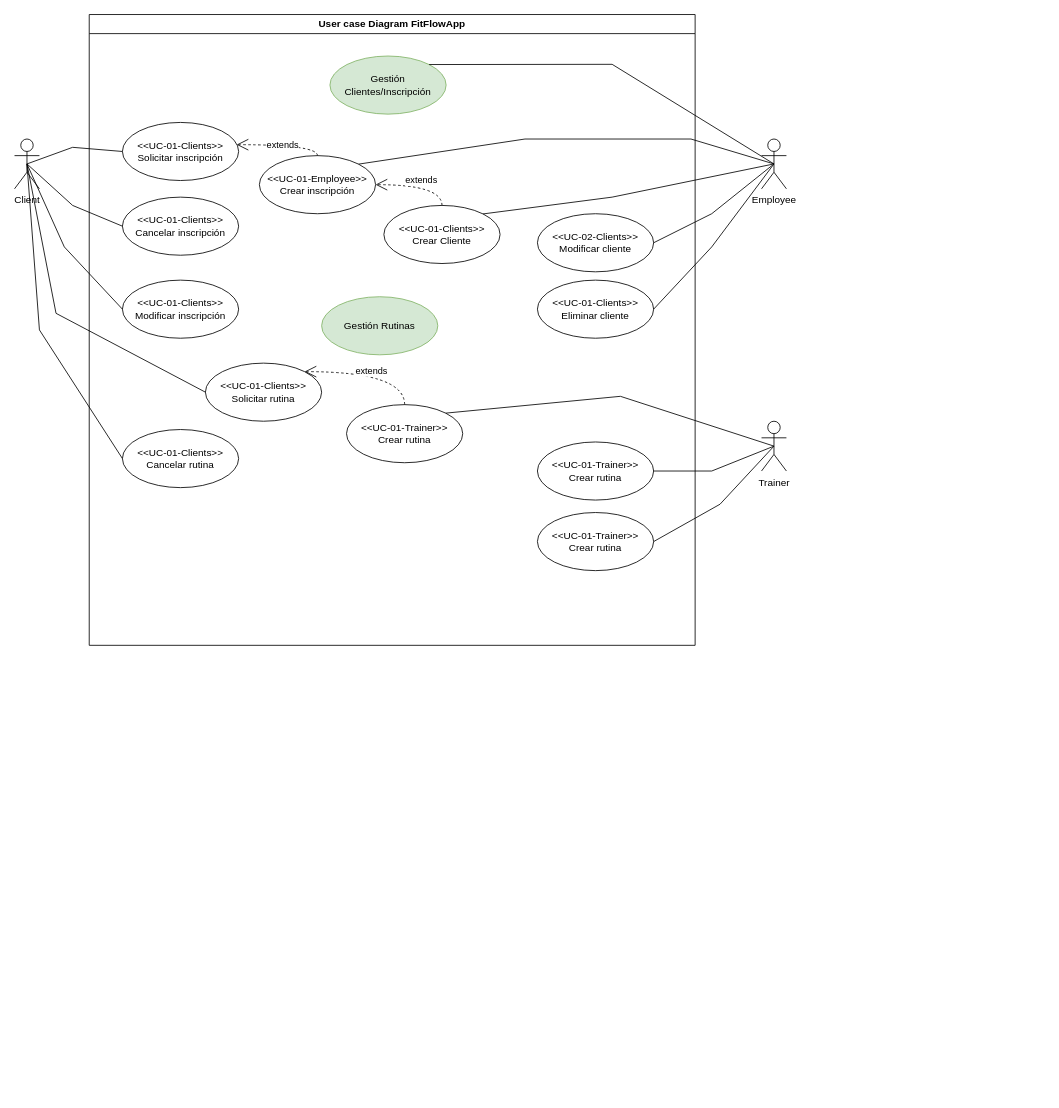
PaniaguaSanty/FitTest keeps this draw.io diagram as docs/diagrams/UserCaseDiagram.drawio. Above is the earlier version. Source tidied: cells renumbered, new cells numbered last; positions are measured from the earlier drawing's top-left corner, leaving out a move shared by most shapes. Both pictures are drawn from the tidied source at 83%, with x=0, y=0 at pixel (14, 14).
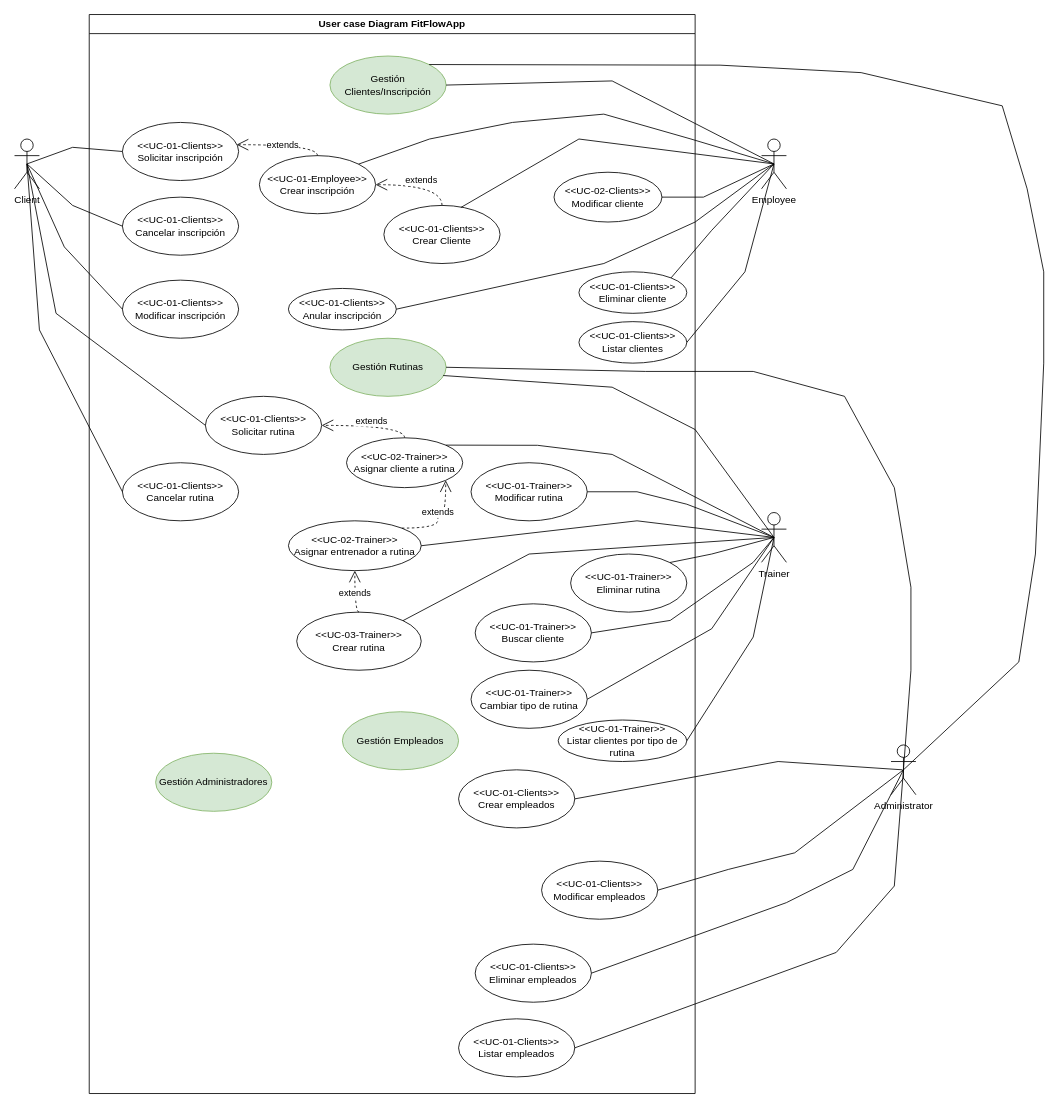
The same diagram, later.

Unchanged cells that the change refers to:
```xml
<mxCell id="4" value="&lt;div&gt;Gestión Clientes/Inscripción&lt;/div&gt;" style="ellipse;whiteSpace=wrap;html=1;fillColor=#d5e8d4;strokeColor=#82b366;" parent="2" vertex="1">
  <mxGeometry x="290" y="50" width="140" height="70" as="geometry" />
</mxCell>
<mxCell id="10" value="&amp;lt;&amp;lt;UC-01-Clients&amp;gt;&amp;gt;&lt;div&gt;Crear Cliente&lt;/div&gt;" style="ellipse;whiteSpace=wrap;html=1;" parent="2" vertex="1">
  <mxGeometry x="355" y="230" width="140" height="70" as="geometry" />
</mxCell>
<mxCell id="11" value="&amp;lt;&amp;lt;UC-01-Employee&amp;gt;&amp;gt;&lt;div&gt;Crear inscripción&lt;/div&gt;" style="ellipse;whiteSpace=wrap;html=1;" parent="2" vertex="1">
  <mxGeometry x="205" y="170" width="140" height="70" as="geometry" />
</mxCell>
<mxCell id="21" value="Employee" style="shape=umlActor;verticalLabelPosition=bottom;verticalAlign=top;html=1;outlineConnect=0;" parent="1" vertex="1">
  <mxGeometry x="900" y="150" width="30" height="60" as="geometry" />
</mxCell>
```

The edit, as a diff of the source:
```diff
@@
     <mxCell id="2" value="User case Diagram FitFlowApp" style="swimlane;whiteSpace=wrap;html=1;" parent="1" vertex="1">
-      <mxGeometry x="90" width="730" height="760" as="geometry" />
+      <mxGeometry x="90" width="730" height="1300" as="geometry" />
     </mxCell>
@@
     <mxCell id="5" value="&amp;lt;&amp;lt;UC-02-Clients&amp;gt;&amp;gt;&lt;div&gt;Modificar cliente&lt;/div&gt;" style="ellipse;whiteSpace=wrap;html=1;" parent="2" vertex="1">
-      <mxGeometry x="540" y="240" width="140" height="70" as="geometry" />
+      <mxGeometry x="560" y="190" width="130" height="60" as="geometry" />
     </mxCell>
     <mxCell id="6" value="&amp;lt;&amp;lt;UC-01-Clients&amp;gt;&amp;gt;&lt;div&gt;Eliminar cliente&lt;/div&gt;" style="ellipse;whiteSpace=wrap;html=1;" parent="2" vertex="1">
-      <mxGeometry x="540" y="320" width="140" height="70" as="geometry" />
+      <mxGeometry x="590" y="310" width="130" height="50" as="geometry" />
     </mxCell>
@@
     <mxCell id="13" value="&amp;lt;&amp;lt;UC-01-Clients&amp;gt;&amp;gt;&lt;div&gt;Solicitar rutina&lt;/div&gt;" style="ellipse;whiteSpace=wrap;html=1;" parent="2" vertex="1">
-      <mxGeometry x="140" y="420" width="140" height="70" as="geometry" />
+      <mxGeometry x="140" y="460" width="140" height="70" as="geometry" />
     </mxCell>
-    <mxCell id="14" value="&amp;lt;&amp;lt;UC-01-Trainer&amp;gt;&amp;gt;&lt;div&gt;Crear rutina&lt;/div&gt;" style="ellipse;whiteSpace=wrap;html=1;" parent="2" vertex="1">
-      <mxGeometry x="310" y="470" width="140" height="70" as="geometry" />
-    </mxCell>
-    <mxCell id="15" value="extends" style="endArrow=open;endSize=12;dashed=1;html=1;rounded=0;entryX=1;entryY=0;entryDx=0;entryDy=0;exitX=0.5;exitY=0;exitDx=0;exitDy=0;edgeStyle=orthogonalEdgeStyle;curved=1;" parent="2" edge="1" source="14" target="13">
-      <mxGeometry relative="1" as="geometry" />
+    <mxCell id="15" value="extends" style="endArrow=open;endSize=12;dashed=1;html=1;rounded=0;entryX=1;entryY=0.5;entryDx=0;entryDy=0;exitX=0.5;exitY=0;exitDx=0;exitDy=0;edgeStyle=orthogonalEdgeStyle;curved=1;" parent="2" edge="1" target="13">
+      <mxGeometry x="-0.04" y="-5" relative="1" as="geometry">
+        <mxPoint x="380" y="510" as="sourcePoint" />
+        <Array as="points">
+          <mxPoint x="380" y="495" />
+        </Array>
+      </mxGeometry>
     </mxCell>
     <mxCell id="16" value="&lt;div&gt;Gestión Rutinas&lt;/div&gt;" style="ellipse;whiteSpace=wrap;html=1;fillColor=#d5e8d4;strokeColor=#82b366;" parent="2" vertex="1">
-      <mxGeometry x="280" y="340" width="140" height="70" as="geometry" />
+      <mxGeometry x="290" y="390" width="140" height="70" as="geometry" />
     </mxCell>
-    <mxCell id="17" value="&amp;lt;&amp;lt;UC-01-Trainer&amp;gt;&amp;gt;&lt;div&gt;Crear rutina&lt;/div&gt;" style="ellipse;whiteSpace=wrap;html=1;" parent="2" vertex="1">
-      <mxGeometry x="540" y="600" width="140" height="70" as="geometry" />
+    <mxCell id="17" value="&amp;lt;&amp;lt;UC-01-Trainer&amp;gt;&amp;gt;&lt;div&gt;Eliminar rutina&lt;/div&gt;" style="ellipse;whiteSpace=wrap;html=1;" parent="2" vertex="1">
+      <mxGeometry x="580" y="650" width="140" height="70" as="geometry" />
     </mxCell>
-    <mxCell id="18" value="&amp;lt;&amp;lt;UC-01-Trainer&amp;gt;&amp;gt;&lt;div&gt;Crear rutina&lt;/div&gt;" style="ellipse;whiteSpace=wrap;html=1;" parent="2" vertex="1">
-      <mxGeometry x="540" y="515" width="140" height="70" as="geometry" />
+    <mxCell id="18" value="&amp;lt;&amp;lt;UC-01-Trainer&amp;gt;&amp;gt;&lt;div&gt;Modificar rutina&lt;/div&gt;" style="ellipse;whiteSpace=wrap;html=1;" parent="2" vertex="1">
+      <mxGeometry x="460" y="540" width="140" height="70" as="geometry" />
     </mxCell>
     <mxCell id="19" value="&amp;lt;&amp;lt;UC-01-Clients&amp;gt;&amp;gt;&lt;div&gt;Cancelar rutina&lt;/div&gt;" style="ellipse;whiteSpace=wrap;html=1;" parent="2" vertex="1">
-      <mxGeometry x="40" y="500" width="140" height="70" as="geometry" />
+      <mxGeometry x="40" y="540" width="140" height="70" as="geometry" />
     </mxCell>
+    <mxCell id="36" value="&amp;lt;&amp;lt;UC-01-Clients&amp;gt;&amp;gt;&lt;div&gt;Listar clientes&lt;/div&gt;" style="ellipse;whiteSpace=wrap;html=1;" parent="2" vertex="1">
+      <mxGeometry x="590" y="370" width="130" height="50" as="geometry" />
+    </mxCell>
+    <mxCell id="37" value="&amp;lt;&amp;lt;UC-01-Trainer&amp;gt;&amp;gt;&lt;div&gt;Buscar cliente&lt;/div&gt;" style="ellipse;whiteSpace=wrap;html=1;" parent="2" vertex="1">
+      <mxGeometry x="465" y="710" width="140" height="70" as="geometry" />
+    </mxCell>
+    <mxCell id="38" value="&amp;lt;&amp;lt;UC-02-Trainer&amp;gt;&amp;gt;&lt;div&gt;Asignar cliente a rutina&lt;/div&gt;" style="ellipse;whiteSpace=wrap;html=1;" parent="2" vertex="1">
+      <mxGeometry x="310" y="510" width="140" height="60" as="geometry" />
+    </mxCell>
+    <mxCell id="39" value="&amp;lt;&amp;lt;UC-01-Clients&amp;gt;&amp;gt;&lt;div&gt;Anular inscripción&lt;/div&gt;" style="ellipse;whiteSpace=wrap;html=1;" parent="2" vertex="1">
+      <mxGeometry x="240" y="330" width="130" height="50" as="geometry" />
+    </mxCell>
+    <mxCell id="40" value="&amp;lt;&amp;lt;UC-02-Trainer&amp;gt;&amp;gt;&lt;div&gt;Asignar entrenador a rutina&lt;/div&gt;" style="ellipse;whiteSpace=wrap;html=1;" parent="2" vertex="1">
+      <mxGeometry x="240" y="610" width="160" height="60" as="geometry" />
+    </mxCell>
+    <mxCell id="41" value="extends" style="endArrow=open;endSize=12;dashed=1;html=1;rounded=0;entryX=1;entryY=1;entryDx=0;entryDy=0;exitX=1;exitY=0;exitDx=0;exitDy=0;edgeStyle=orthogonalEdgeStyle;curved=1;" parent="2" edge="1" source="40" target="38">
+      <mxGeometry x="0.12" relative="1" as="geometry">
+        <Array as="points">
+          <mxPoint x="420" y="619" />
+          <mxPoint x="420" y="600" />
+          <mxPoint x="430" y="600" />
+        </Array>
+      </mxGeometry>
+    </mxCell>
+    <mxCell id="42" value="&lt;div&gt;&amp;lt;&amp;lt;UC-03-Trainer&amp;gt;&amp;gt;&lt;/div&gt;Crear rutina" style="ellipse;whiteSpace=wrap;html=1;" parent="2" vertex="1">
+      <mxGeometry x="250" y="720" width="150" height="70" as="geometry" />
+    </mxCell>
+    <mxCell id="43" value="&amp;lt;&amp;lt;UC-01-Trainer&amp;gt;&amp;gt;&lt;div&gt;Cambiar tipo de rutina&lt;/div&gt;" style="ellipse;whiteSpace=wrap;html=1;" parent="2" vertex="1">
+      <mxGeometry x="460" y="790" width="140" height="70" as="geometry" />
+    </mxCell>
+    <mxCell id="44" value="&lt;div&gt;Gestión Empleados&lt;/div&gt;" style="ellipse;whiteSpace=wrap;html=1;fillColor=#d5e8d4;strokeColor=#82b366;" parent="2" vertex="1">
+      <mxGeometry x="305" y="840" width="140" height="70" as="geometry" />
+    </mxCell>
+    <mxCell id="45" value="&lt;div&gt;Gestión Administradores&lt;/div&gt;" style="ellipse;whiteSpace=wrap;html=1;fillColor=#d5e8d4;strokeColor=#82b366;" parent="2" vertex="1">
+      <mxGeometry x="80" y="890" width="140" height="70" as="geometry" />
+    </mxCell>
+    <mxCell id="46" value="&amp;lt;&amp;lt;UC-01-Clients&amp;gt;&amp;gt;&lt;div&gt;Crear empleados&lt;/div&gt;" style="ellipse;whiteSpace=wrap;html=1;" parent="2" vertex="1">
+      <mxGeometry x="445" y="910" width="140" height="70" as="geometry" />
+    </mxCell>
+    <mxCell id="47" style="endArrow=none;html=1;rounded=0;exitX=1;exitY=0.5;exitDx=0;exitDy=0;" parent="2" edge="1" source="46">
+      <mxGeometry relative="1" as="geometry">
+        <mxPoint x="980" y="910" as="targetPoint" />
+        <Array as="points">
+          <mxPoint x="830" y="900" />
+        </Array>
+      </mxGeometry>
+    </mxCell>
+    <mxCell id="48" value="&amp;lt;&amp;lt;UC-01-Clients&amp;gt;&amp;gt;&lt;div&gt;Modificar empleados&lt;/div&gt;" style="ellipse;whiteSpace=wrap;html=1;" parent="2" vertex="1">
+      <mxGeometry x="545" y="1020" width="140" height="70" as="geometry" />
+    </mxCell>
+    <mxCell id="49" style="endArrow=none;html=1;rounded=0;exitX=1;exitY=0.5;exitDx=0;exitDy=0;" parent="2" edge="1" source="48">
+      <mxGeometry relative="1" as="geometry">
+        <mxPoint x="981" y="910" as="targetPoint" />
+        <Array as="points">
+          <mxPoint x="770" y="1030" />
+          <mxPoint x="850" y="1010" />
+        </Array>
+      </mxGeometry>
+    </mxCell>
+    <mxCell id="50" value="&amp;lt;&amp;lt;UC-01-Clients&amp;gt;&amp;gt;&lt;div&gt;Eliminar empleados&lt;/div&gt;" style="ellipse;whiteSpace=wrap;html=1;" parent="2" vertex="1">
+      <mxGeometry x="465" y="1120" width="140" height="70" as="geometry" />
+    </mxCell>
+    <mxCell id="51" style="endArrow=none;html=1;rounded=0;exitX=1;exitY=0.5;exitDx=0;exitDy=0;" parent="2" edge="1" source="50">
+      <mxGeometry relative="1" as="geometry">
+        <mxPoint x="981" y="910" as="targetPoint" />
+        <Array as="points">
+          <mxPoint x="840" y="1070" />
+          <mxPoint x="920" y="1030" />
+        </Array>
+      </mxGeometry>
+    </mxCell>
+    <mxCell id="52" value="&amp;lt;&amp;lt;UC-01-Clients&amp;gt;&amp;gt;&lt;div&gt;Listar empleados&lt;/div&gt;" style="ellipse;whiteSpace=wrap;html=1;" parent="2" vertex="1">
+      <mxGeometry x="445" y="1210" width="140" height="70" as="geometry" />
+    </mxCell>
+    <mxCell id="53" value="extends" style="endArrow=open;endSize=12;dashed=1;html=1;rounded=0;entryX=0.5;entryY=1;entryDx=0;entryDy=0;exitX=0.5;exitY=0;exitDx=0;exitDy=0;edgeStyle=orthogonalEdgeStyle;curved=1;" parent="2" edge="1" source="42" target="40">
+      <mxGeometry relative="1" as="geometry">
+        <Array as="points">
+          <mxPoint x="320" y="720" />
+        </Array>
+      </mxGeometry>
+    </mxCell>
+    <mxCell id="54" value="&amp;lt;&amp;lt;UC-01-Trainer&amp;gt;&amp;gt;&lt;div&gt;Listar clientes por tipo de rutina&lt;/div&gt;" style="ellipse;whiteSpace=wrap;html=1;" parent="2" vertex="1">
+      <mxGeometry x="565" y="850" width="155" height="50" as="geometry" />
+    </mxCell>
@@
-    <mxCell id="22" style="endArrow=none;html=1;rounded=0;entryX=0.5;entryY=0.5;entryDx=0;entryDy=0;entryPerimeter=0;exitX=1;exitY=0;exitDx=0;exitDy=0;" parent="1" edge="1" source="4" target="21">
+    <mxCell id="22" style="endArrow=none;html=1;rounded=0;entryX=0.5;entryY=0.5;entryDx=0;entryDy=0;entryPerimeter=0;exitX=1;exitY=0.5;exitDx=0;exitDy=0;" parent="1" edge="1" source="4" target="21">
       <mxGeometry relative="1" as="geometry">
         <Array as="points">
-          <mxPoint x="720" y="60" />
+          <mxPoint x="720" y="80" />
         </Array>
       </mxGeometry>
     </mxCell>
     <mxCell id="23" style="endArrow=none;html=1;rounded=0;entryX=0.5;entryY=0.5;entryDx=0;entryDy=0;entryPerimeter=0;exitX=1;exitY=0.5;exitDx=0;exitDy=0;" parent="1" edge="1" source="5" target="21">
       <mxGeometry relative="1" as="geometry">
         <Array as="points">
-          <mxPoint x="840" y="240" />
+          <mxPoint x="830" y="220" />
         </Array>
       </mxGeometry>
     </mxCell>
-    <mxCell id="24" style="endArrow=none;html=1;rounded=0;entryX=0.5;entryY=0.5;entryDx=0;entryDy=0;entryPerimeter=0;exitX=1;exitY=0;exitDx=0;exitDy=0;" parent="1" edge="1" source="10" target="21">
+    <mxCell id="24" style="endArrow=none;html=1;rounded=0;entryX=0.5;entryY=0.5;entryDx=0;entryDy=0;entryPerimeter=0;exitX=0.663;exitY=0.035;exitDx=0;exitDy=0;exitPerimeter=0;" parent="1" edge="1" source="10" target="21">
       <mxGeometry relative="1" as="geometry">
         <Array as="points">
-          <mxPoint x="720" y="220" />
+          <mxPoint x="680" y="150" />
         </Array>
       </mxGeometry>
     </mxCell>
-    <mxCell id="25" style="endArrow=none;html=1;rounded=0;entryX=0.5;entryY=0.5;entryDx=0;entryDy=0;entryPerimeter=0;exitX=1;exitY=0.5;exitDx=0;exitDy=0;" parent="1" edge="1" source="6" target="21">
+    <mxCell id="25" style="endArrow=none;html=1;rounded=0;entryX=0.5;entryY=0.5;entryDx=0;entryDy=0;entryPerimeter=0;exitX=1;exitY=0;exitDx=0;exitDy=0;" parent="1" edge="1" source="6" target="21">
       <mxGeometry relative="1" as="geometry">
         <Array as="points">
-          <mxPoint x="840" y="280" />
+          <mxPoint x="840" y="260" />
         </Array>
       </mxGeometry>
     </mxCell>
@@
     <mxCell id="29" style="endArrow=none;html=1;rounded=0;entryX=1;entryY=0;entryDx=0;entryDy=0;exitX=0.5;exitY=0.5;exitDx=0;exitDy=0;exitPerimeter=0;" parent="1" edge="1" source="21" target="11">
       <mxGeometry relative="1" as="geometry">
         <Array as="points">
           <mxPoint x="815" y="150" />
-          <mxPoint x="615" y="150" />
+          <mxPoint x="710" y="120" />
+          <mxPoint x="600" y="130" />
+          <mxPoint x="500" y="150" />
         </Array>
       </mxGeometry>
     </mxCell>
@@
     <mxCell id="31" value="Trainer" style="shape=umlActor;verticalLabelPosition=bottom;verticalAlign=top;html=1;outlineConnect=0;" parent="1" vertex="1">
-      <mxGeometry x="900" y="490" width="30" height="60" as="geometry" />
+      <mxGeometry x="900" y="600" width="30" height="60" as="geometry" />
     </mxCell>
-    <mxCell id="32" style="endArrow=none;html=1;rounded=0;entryX=0.5;entryY=0.5;entryDx=0;entryDy=0;entryPerimeter=0;exitX=1;exitY=0;exitDx=0;exitDy=0;" parent="1" edge="1" source="14" target="31">
+    <mxCell id="32" style="endArrow=none;html=1;rounded=0;entryX=0.5;entryY=0.5;entryDx=0;entryDy=0;entryPerimeter=0;exitX=1;exitY=0;exitDx=0;exitDy=0;" parent="1" edge="1" source="38" target="31">
       <mxGeometry relative="1" as="geometry">
         <Array as="points">
-          <mxPoint x="730" y="460" />
+          <mxPoint x="630" y="519" />
+          <mxPoint x="720" y="530" />
         </Array>
       </mxGeometry>
     </mxCell>
-    <mxCell id="33" style="endArrow=none;html=1;rounded=0;entryX=0.5;entryY=0.5;entryDx=0;entryDy=0;entryPerimeter=0;exitX=1;exitY=0.5;exitDx=0;exitDy=0;" parent="1" edge="1" source="17" target="31">
+    <mxCell id="33" style="endArrow=none;html=1;rounded=0;entryX=0.5;entryY=0.5;entryDx=0;entryDy=0;entryPerimeter=0;exitX=1;exitY=0;exitDx=0;exitDy=0;" parent="1" edge="1" source="17" target="31">
       <mxGeometry relative="1" as="geometry">
         <Array as="points">
-          <mxPoint x="850" y="590" />
+          <mxPoint x="840" y="650" />
         </Array>
       </mxGeometry>
     </mxCell>
     <mxCell id="34" style="endArrow=none;html=1;rounded=0;entryX=0.5;entryY=0.5;entryDx=0;entryDy=0;entryPerimeter=0;exitX=1;exitY=0.5;exitDx=0;exitDy=0;" parent="1" edge="1" source="18" target="31">
       <mxGeometry relative="1" as="geometry">
         <Array as="points">
-          <mxPoint x="840" y="550" />
+          <mxPoint x="750" y="575" />
+          <mxPoint x="810" y="590" />
         </Array>
       </mxGeometry>
     </mxCell>
@@
+    <mxCell id="55" style="endArrow=none;html=1;rounded=0;entryX=0.5;entryY=0.5;entryDx=0;entryDy=0;entryPerimeter=0;exitX=0.975;exitY=0.642;exitDx=0;exitDy=0;exitPerimeter=0;" parent="1" edge="1" source="16" target="31">
+      <mxGeometry relative="1" as="geometry">
+        <Array as="points">
+          <mxPoint x="720" y="449" />
+          <mxPoint x="820" y="500" />
+        </Array>
+      </mxGeometry>
+    </mxCell>
+    <mxCell id="56" style="endArrow=none;html=1;rounded=0;entryX=0.5;entryY=0.5;entryDx=0;entryDy=0;entryPerimeter=0;exitX=1;exitY=0.5;exitDx=0;exitDy=0;" parent="1" edge="1" source="36" target="21">
+      <mxGeometry relative="1" as="geometry">
+        <Array as="points">
+          <mxPoint x="880" y="310" />
+        </Array>
+      </mxGeometry>
+    </mxCell>
+    <mxCell id="57" style="endArrow=none;html=1;rounded=0;entryX=0.5;entryY=0.5;entryDx=0;entryDy=0;entryPerimeter=0;exitX=1;exitY=0.5;exitDx=0;exitDy=0;" parent="1" edge="1" source="37" target="31">
+      <mxGeometry relative="1" as="geometry">
+        <Array as="points">
+          <mxPoint x="790" y="730" />
+          <mxPoint x="890" y="660" />
+        </Array>
+      </mxGeometry>
+    </mxCell>
+    <mxCell id="58" value="Administrator" style="shape=umlActor;verticalLabelPosition=bottom;verticalAlign=top;html=1;outlineConnect=0;" parent="1" vertex="1">
+      <mxGeometry x="1056" y="880" width="30" height="60" as="geometry" />
+    </mxCell>
+    <mxCell id="59" style="endArrow=none;html=1;rounded=0;entryX=0.5;entryY=0.5;entryDx=0;entryDy=0;entryPerimeter=0;exitX=1;exitY=0.5;exitDx=0;exitDy=0;" parent="1" edge="1" source="16" target="58">
+      <mxGeometry relative="1" as="geometry">
+        <Array as="points">
+          <mxPoint x="760" y="430" />
+          <mxPoint x="890" y="430" />
+          <mxPoint x="1000" y="460" />
+          <mxPoint x="1060" y="570" />
+          <mxPoint x="1080" y="690" />
+          <mxPoint x="1080" y="790" />
+        </Array>
+      </mxGeometry>
+    </mxCell>
+    <mxCell id="60" style="endArrow=none;html=1;rounded=0;entryX=0.5;entryY=0.5;entryDx=0;entryDy=0;entryPerimeter=0;exitX=1;exitY=0;exitDx=0;exitDy=0;" parent="1" edge="1" source="4" target="58">
+      <mxGeometry relative="1" as="geometry">
+        <Array as="points">
+          <mxPoint x="850" y="61" />
+          <mxPoint x="1020" y="70" />
+          <mxPoint x="1190" y="110" />
+          <mxPoint x="1220" y="210" />
+          <mxPoint x="1240" y="310" />
+          <mxPoint x="1240" y="420" />
+          <mxPoint x="1230" y="650" />
+          <mxPoint x="1210" y="780" />
+        </Array>
+      </mxGeometry>
+    </mxCell>
+    <mxCell id="61" style="endArrow=none;html=1;rounded=0;entryX=0.5;entryY=0.5;entryDx=0;entryDy=0;entryPerimeter=0;exitX=1;exitY=0.5;exitDx=0;exitDy=0;" parent="1" edge="1" source="39" target="21">
+      <mxGeometry relative="1" as="geometry">
+        <Array as="points">
+          <mxPoint x="710" y="300" />
+          <mxPoint x="820" y="250" />
+        </Array>
+      </mxGeometry>
+    </mxCell>
+    <mxCell id="62" style="endArrow=none;html=1;rounded=0;entryX=0.5;entryY=0.5;entryDx=0;entryDy=0;entryPerimeter=0;exitX=1;exitY=0.5;exitDx=0;exitDy=0;" parent="1" edge="1" source="40" target="31">
+      <mxGeometry relative="1" as="geometry">
+        <Array as="points">
+          <mxPoint x="750" y="610" />
+        </Array>
+      </mxGeometry>
+    </mxCell>
+    <mxCell id="63" style="endArrow=none;html=1;rounded=0;entryX=0.5;entryY=0.5;entryDx=0;entryDy=0;entryPerimeter=0;exitX=1;exitY=0;exitDx=0;exitDy=0;" parent="1" edge="1" source="42" target="31">
+      <mxGeometry relative="1" as="geometry">
+        <Array as="points">
+          <mxPoint x="620" y="650" />
+        </Array>
+      </mxGeometry>
+    </mxCell>
+    <mxCell id="64" style="endArrow=none;html=1;rounded=0;entryX=0.5;entryY=0.5;entryDx=0;entryDy=0;entryPerimeter=0;exitX=1;exitY=0.5;exitDx=0;exitDy=0;" parent="1" edge="1" source="52" target="58">
+      <mxGeometry relative="1" as="geometry">
+        <Array as="points">
+          <mxPoint x="990" y="1130" />
+          <mxPoint x="1060" y="1050" />
+        </Array>
+      </mxGeometry>
+    </mxCell>
+    <mxCell id="65" style="endArrow=none;html=1;rounded=0;entryX=0.5;entryY=0.5;entryDx=0;entryDy=0;entryPerimeter=0;exitX=1;exitY=0.5;exitDx=0;exitDy=0;" parent="1" edge="1" source="43" target="31">
+      <mxGeometry relative="1" as="geometry">
+        <Array as="points">
+          <mxPoint x="840" y="740" />
+        </Array>
+      </mxGeometry>
+    </mxCell>
+    <mxCell id="66" style="endArrow=none;html=1;rounded=0;entryX=0.5;entryY=0.5;entryDx=0;entryDy=0;entryPerimeter=0;exitX=1;exitY=0.5;exitDx=0;exitDy=0;" parent="1" edge="1" source="54" target="31">
+      <mxGeometry relative="1" as="geometry">
+        <Array as="points">
+          <mxPoint x="890" y="750" />
+        </Array>
+      </mxGeometry>
+    </mxCell>
```
